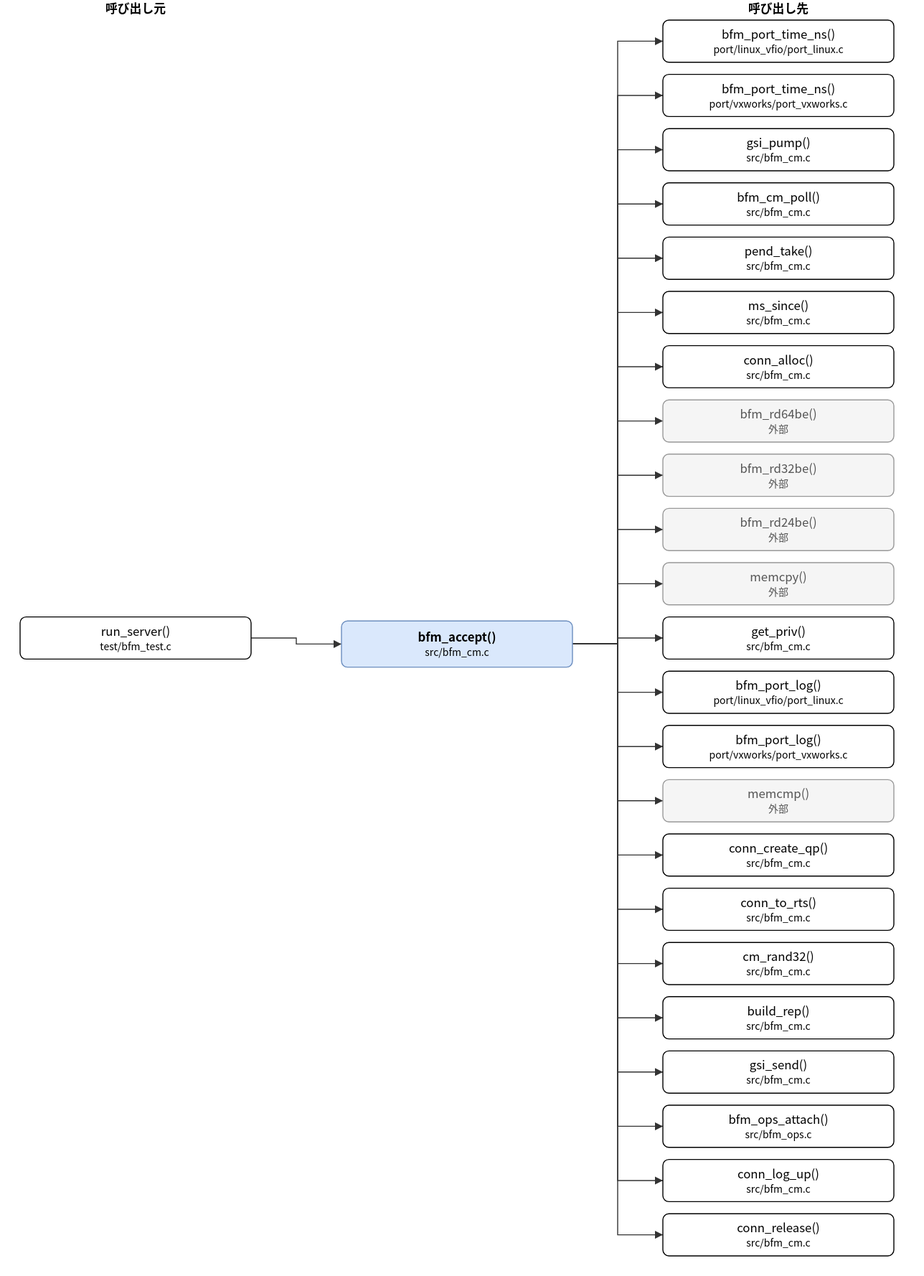
Earlier version of the draw.io export doc/spec/images/call_src_bfm_cm__bfm_accept.drawio.svg (hf355051012-ai/bfmem). Source tidied: cells renumbered, new cells last; positions are measured from the earlier drawing's top-left corner, leaving out a move shared by most shapes.
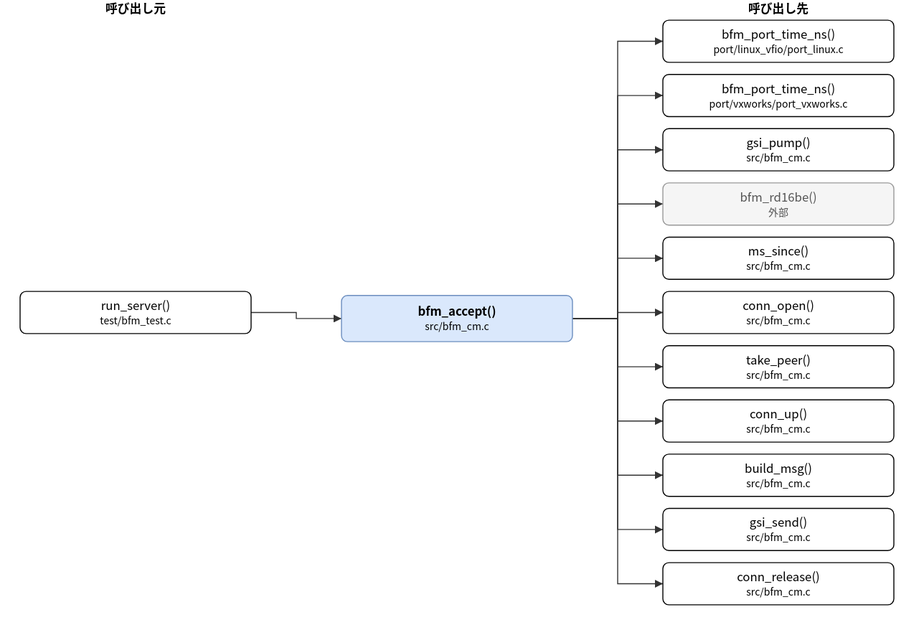
The same diagram one commit later.

Diff of the diagram source:
```diff
@@ -3,10 +3,10 @@
     <mxCell id="0" />
     <mxCell id="1" parent="0" />
     <mxCell id="2" value="bfm_accept()&lt;br&gt;&lt;font style=&quot;font-size:10px&quot;&gt;src/bfm_cm.c&lt;/font&gt;" style="rounded=1;whiteSpace=wrap;html=1;fillColor=#dae8fc;strokeColor=#6c8ebf;fontStyle=1;" parent="1" vertex="1">
-      <mxGeometry x="320" y="618" width="230" height="46" as="geometry" />
+      <mxGeometry x="320" y="294" width="230" height="46" as="geometry" />
     </mxCell>
     <mxCell id="3" value="run_server()&lt;br&gt;&lt;font style=&quot;font-size:10px&quot;&gt;test/bfm_test.c&lt;/font&gt;" style="rounded=1;whiteSpace=wrap;html=1;" parent="1" vertex="1">
-      <mxGeometry y="614" width="230" height="42" as="geometry" />
+      <mxGeometry y="290" width="230" height="42" as="geometry" />
     </mxCell>
     <mxCell id="4" value="bfm_port_time_ns()&lt;br&gt;&lt;font style=&quot;font-size:10px&quot;&gt;port/linux_vfio/port_linux.c&lt;/font&gt;" style="rounded=1;whiteSpace=wrap;html=1;" parent="1" vertex="1">
       <mxGeometry x="640" y="20" width="230" height="42" as="geometry" />
@@ -17,78 +17,42 @@
     <mxCell id="6" value="gsi_pump()&lt;br&gt;&lt;font style=&quot;font-size:10px&quot;&gt;src/bfm_cm.c&lt;/font&gt;" style="rounded=1;whiteSpace=wrap;html=1;" parent="1" vertex="1">
       <mxGeometry x="640" y="128" width="230" height="42" as="geometry" />
     </mxCell>
-    <mxCell id="7" value="bfm_cm_poll()&lt;br&gt;&lt;font style=&quot;font-size:10px&quot;&gt;src/bfm_cm.c&lt;/font&gt;" style="rounded=1;whiteSpace=wrap;html=1;" parent="1" vertex="1">
+    <mxCell id="7" value="bfm_rd16be()&lt;br&gt;&lt;font style=&quot;font-size:10px&quot;&gt;外部&lt;/font&gt;" style="rounded=1;whiteSpace=wrap;html=1;fillColor=#f5f5f5;strokeColor=#999999;fontColor=#555555;" parent="1" vertex="1">
       <mxGeometry x="640" y="182" width="230" height="42" as="geometry" />
     </mxCell>
-    <mxCell id="8" value="pend_take()&lt;br&gt;&lt;font style=&quot;font-size:10px&quot;&gt;src/bfm_cm.c&lt;/font&gt;" style="rounded=1;whiteSpace=wrap;html=1;" parent="1" vertex="1">
+    <mxCell id="8" value="ms_since()&lt;br&gt;&lt;font style=&quot;font-size:10px&quot;&gt;src/bfm_cm.c&lt;/font&gt;" style="rounded=1;whiteSpace=wrap;html=1;" parent="1" vertex="1">
       <mxGeometry x="640" y="236" width="230" height="42" as="geometry" />
     </mxCell>
-    <mxCell id="9" value="ms_since()&lt;br&gt;&lt;font style=&quot;font-size:10px&quot;&gt;src/bfm_cm.c&lt;/font&gt;" style="rounded=1;whiteSpace=wrap;html=1;" parent="1" vertex="1">
+    <mxCell id="9" value="conn_open()&lt;br&gt;&lt;font style=&quot;font-size:10px&quot;&gt;src/bfm_cm.c&lt;/font&gt;" style="rounded=1;whiteSpace=wrap;html=1;" parent="1" vertex="1">
       <mxGeometry x="640" y="290" width="230" height="42" as="geometry" />
     </mxCell>
-    <mxCell id="10" value="conn_alloc()&lt;br&gt;&lt;font style=&quot;font-size:10px&quot;&gt;src/bfm_cm.c&lt;/font&gt;" style="rounded=1;whiteSpace=wrap;html=1;" parent="1" vertex="1">
+    <mxCell id="10" value="take_peer()&lt;br&gt;&lt;font style=&quot;font-size:10px&quot;&gt;src/bfm_cm.c&lt;/font&gt;" style="rounded=1;whiteSpace=wrap;html=1;" parent="1" vertex="1">
       <mxGeometry x="640" y="344" width="230" height="42" as="geometry" />
     </mxCell>
-    <mxCell id="11" value="bfm_rd64be()&lt;br&gt;&lt;font style=&quot;font-size:10px&quot;&gt;外部&lt;/font&gt;" style="rounded=1;whiteSpace=wrap;html=1;fillColor=#f5f5f5;strokeColor=#999999;fontColor=#555555;" parent="1" vertex="1">
+    <mxCell id="11" value="conn_up()&lt;br&gt;&lt;font style=&quot;font-size:10px&quot;&gt;src/bfm_cm.c&lt;/font&gt;" style="rounded=1;whiteSpace=wrap;html=1;" parent="1" vertex="1">
       <mxGeometry x="640" y="398" width="230" height="42" as="geometry" />
     </mxCell>
-    <mxCell id="12" value="bfm_rd32be()&lt;br&gt;&lt;font style=&quot;font-size:10px&quot;&gt;外部&lt;/font&gt;" style="rounded=1;whiteSpace=wrap;html=1;fillColor=#f5f5f5;strokeColor=#999999;fontColor=#555555;" parent="1" vertex="1">
+    <mxCell id="12" value="build_msg()&lt;br&gt;&lt;font style=&quot;font-size:10px&quot;&gt;src/bfm_cm.c&lt;/font&gt;" style="rounded=1;whiteSpace=wrap;html=1;" parent="1" vertex="1">
       <mxGeometry x="640" y="452" width="230" height="42" as="geometry" />
     </mxCell>
-    <mxCell id="13" value="bfm_rd24be()&lt;br&gt;&lt;font style=&quot;font-size:10px&quot;&gt;外部&lt;/font&gt;" style="rounded=1;whiteSpace=wrap;html=1;fillColor=#f5f5f5;strokeColor=#999999;fontColor=#555555;" parent="1" vertex="1">
+    <mxCell id="13" value="gsi_send()&lt;br&gt;&lt;font style=&quot;font-size:10px&quot;&gt;src/bfm_cm.c&lt;/font&gt;" style="rounded=1;whiteSpace=wrap;html=1;" parent="1" vertex="1">
       <mxGeometry x="640" y="506" width="230" height="42" as="geometry" />
     </mxCell>
-    <mxCell id="14" value="memcpy()&lt;br&gt;&lt;font style=&quot;font-size:10px&quot;&gt;外部&lt;/font&gt;" style="rounded=1;whiteSpace=wrap;html=1;fillColor=#f5f5f5;strokeColor=#999999;fontColor=#555555;" parent="1" vertex="1">
+    <mxCell id="14" value="conn_release()&lt;br&gt;&lt;font style=&quot;font-size:10px&quot;&gt;src/bfm_cm.c&lt;/font&gt;" style="rounded=1;whiteSpace=wrap;html=1;" parent="1" vertex="1">
       <mxGeometry x="640" y="560" width="230" height="42" as="geometry" />
     </mxCell>
-    <mxCell id="15" value="get_priv()&lt;br&gt;&lt;font style=&quot;font-size:10px&quot;&gt;src/bfm_cm.c&lt;/font&gt;" style="rounded=1;whiteSpace=wrap;html=1;" parent="1" vertex="1">
-      <mxGeometry x="640" y="614" width="230" height="42" as="geometry" />
-    </mxCell>
-    <mxCell id="16" value="bfm_port_log()&lt;br&gt;&lt;font style=&quot;font-size:10px&quot;&gt;port/linux_vfio/port_linux.c&lt;/font&gt;" style="rounded=1;whiteSpace=wrap;html=1;" parent="1" vertex="1">
-      <mxGeometry x="640" y="668" width="230" height="42" as="geometry" />
-    </mxCell>
-    <mxCell id="17" value="bfm_port_log()&lt;br&gt;&lt;font style=&quot;font-size:10px&quot;&gt;port/vxworks/port_vxworks.c&lt;/font&gt;" style="rounded=1;whiteSpace=wrap;html=1;" parent="1" vertex="1">
-      <mxGeometry x="640" y="722" width="230" height="42" as="geometry" />
-    </mxCell>
-    <mxCell id="18" value="memcmp()&lt;br&gt;&lt;font style=&quot;font-size:10px&quot;&gt;外部&lt;/font&gt;" style="rounded=1;whiteSpace=wrap;html=1;fillColor=#f5f5f5;strokeColor=#999999;fontColor=#555555;" parent="1" vertex="1">
-      <mxGeometry x="640" y="776" width="230" height="42" as="geometry" />
-    </mxCell>
-    <mxCell id="19" value="conn_create_qp()&lt;br&gt;&lt;font style=&quot;font-size:10px&quot;&gt;src/bfm_cm.c&lt;/font&gt;" style="rounded=1;whiteSpace=wrap;html=1;" parent="1" vertex="1">
-      <mxGeometry x="640" y="830" width="230" height="42" as="geometry" />
-    </mxCell>
-    <mxCell id="20" value="conn_to_rts()&lt;br&gt;&lt;font style=&quot;font-size:10px&quot;&gt;src/bfm_cm.c&lt;/font&gt;" style="rounded=1;whiteSpace=wrap;html=1;" parent="1" vertex="1">
-      <mxGeometry x="640" y="884" width="230" height="42" as="geometry" />
-    </mxCell>
-    <mxCell id="21" value="cm_rand32()&lt;br&gt;&lt;font style=&quot;font-size:10px&quot;&gt;src/bfm_cm.c&lt;/font&gt;" style="rounded=1;whiteSpace=wrap;html=1;" parent="1" vertex="1">
-      <mxGeometry x="640" y="938" width="230" height="42" as="geometry" />
-    </mxCell>
-    <mxCell id="22" value="build_rep()&lt;br&gt;&lt;font style=&quot;font-size:10px&quot;&gt;src/bfm_cm.c&lt;/font&gt;" style="rounded=1;whiteSpace=wrap;html=1;" parent="1" vertex="1">
-      <mxGeometry x="640" y="992" width="230" height="42" as="geometry" />
-    </mxCell>
-    <mxCell id="23" value="gsi_send()&lt;br&gt;&lt;font style=&quot;font-size:10px&quot;&gt;src/bfm_cm.c&lt;/font&gt;" style="rounded=1;whiteSpace=wrap;html=1;" parent="1" vertex="1">
-      <mxGeometry x="640" y="1046" width="230" height="42" as="geometry" />
-    </mxCell>
-    <mxCell id="24" value="bfm_ops_attach()&lt;br&gt;&lt;font style=&quot;font-size:10px&quot;&gt;src/bfm_ops.c&lt;/font&gt;" style="rounded=1;whiteSpace=wrap;html=1;" parent="1" vertex="1">
-      <mxGeometry x="640" y="1100" width="230" height="42" as="geometry" />
-    </mxCell>
-    <mxCell id="25" value="conn_log_up()&lt;br&gt;&lt;font style=&quot;font-size:10px&quot;&gt;src/bfm_cm.c&lt;/font&gt;" style="rounded=1;whiteSpace=wrap;html=1;" parent="1" vertex="1">
-      <mxGeometry x="640" y="1154" width="230" height="42" as="geometry" />
-    </mxCell>
-    <mxCell id="26" value="conn_release()&lt;br&gt;&lt;font style=&quot;font-size:10px&quot;&gt;src/bfm_cm.c&lt;/font&gt;" style="rounded=1;whiteSpace=wrap;html=1;" parent="1" vertex="1">
-      <mxGeometry x="640" y="1208" width="230" height="42" as="geometry" />
-    </mxCell>
     <mxCell id="27" style="edgeStyle=none;html=1;rounded=0;endArrow=block;endFill=1;exitX=1.0000;exitY=0.5000;exitDx=0;exitDy=0;exitPerimeter=0;entryX=0.0000;entryY=0.5000;entryDx=0;entryDy=0;entryPerimeter=0;" parent="1" edge="1" source="3" target="2">
       <mxGeometry relative="1" as="geometry">
         <Array as="points">
-          <mxPoint x="275" y="635" />
-          <mxPoint x="275" y="641" />
+          <mxPoint x="275" y="311" />
+          <mxPoint x="275" y="317" />
         </Array>
       </mxGeometry>
     </mxCell>
     <mxCell id="28" style="edgeStyle=none;html=1;rounded=0;endArrow=block;endFill=1;exitX=1.0000;exitY=0.5000;exitDx=0;exitDy=0;exitPerimeter=0;entryX=0.0000;entryY=0.5000;entryDx=0;entryDy=0;entryPerimeter=0;" parent="1" edge="1" source="2" target="4">
       <mxGeometry relative="1" as="geometry">
         <Array as="points">
-          <mxPoint x="595" y="641" />
+          <mxPoint x="595" y="317" />
           <mxPoint x="595" y="41" />
         </Array>
       </mxGeometry>
@@ -96,7 +60,7 @@
     <mxCell id="29" style="edgeStyle=none;html=1;rounded=0;endArrow=block;endFill=1;exitX=1.0000;exitY=0.5000;exitDx=0;exitDy=0;exitPerimeter=0;entryX=0.0000;entryY=0.5000;entryDx=0;entryDy=0;entryPerimeter=0;" parent="1" edge="1" source="2" target="5">
       <mxGeometry relative="1" as="geometry">
         <Array as="points">
-          <mxPoint x="595" y="641" />
+          <mxPoint x="595" y="317" />
           <mxPoint x="595" y="95" />
         </Array>
       </mxGeometry>
@@ -104,7 +68,7 @@
     <mxCell id="30" style="edgeStyle=none;html=1;rounded=0;endArrow=block;endFill=1;exitX=1.0000;exitY=0.5000;exitDx=0;exitDy=0;exitPerimeter=0;entryX=0.0000;entryY=0.5000;entryDx=0;entryDy=0;entryPerimeter=0;" parent="1" edge="1" source="2" target="6">
       <mxGeometry relative="1" as="geometry">
         <Array as="points">
-          <mxPoint x="595" y="641" />
+          <mxPoint x="595" y="317" />
           <mxPoint x="595" y="149" />
         </Array>
       </mxGeometry>
@@ -112,7 +76,7 @@
     <mxCell id="31" style="edgeStyle=none;html=1;rounded=0;endArrow=block;endFill=1;exitX=1.0000;exitY=0.5000;exitDx=0;exitDy=0;exitPerimeter=0;entryX=0.0000;entryY=0.5000;entryDx=0;entryDy=0;entryPerimeter=0;" parent="1" edge="1" source="2" target="7">
       <mxGeometry relative="1" as="geometry">
         <Array as="points">
-          <mxPoint x="595" y="641" />
+          <mxPoint x="595" y="317" />
           <mxPoint x="595" y="203" />
         </Array>
       </mxGeometry>
@@ -120,7 +84,7 @@
     <mxCell id="32" style="edgeStyle=none;html=1;rounded=0;endArrow=block;endFill=1;exitX=1.0000;exitY=0.5000;exitDx=0;exitDy=0;exitPerimeter=0;entryX=0.0000;entryY=0.5000;entryDx=0;entryDy=0;entryPerimeter=0;" parent="1" edge="1" source="2" target="8">
       <mxGeometry relative="1" as="geometry">
         <Array as="points">
-          <mxPoint x="595" y="641" />
+          <mxPoint x="595" y="317" />
           <mxPoint x="595" y="257" />
         </Array>
       </mxGeometry>
@@ -128,7 +92,7 @@
     <mxCell id="33" style="edgeStyle=none;html=1;rounded=0;endArrow=block;endFill=1;exitX=1.0000;exitY=0.5000;exitDx=0;exitDy=0;exitPerimeter=0;entryX=0.0000;entryY=0.5000;entryDx=0;entryDy=0;entryPerimeter=0;" parent="1" edge="1" source="2" target="9">
       <mxGeometry relative="1" as="geometry">
         <Array as="points">
-          <mxPoint x="595" y="641" />
+          <mxPoint x="595" y="317" />
           <mxPoint x="595" y="311" />
         </Array>
       </mxGeometry>
@@ -136,7 +100,7 @@
     <mxCell id="34" style="edgeStyle=none;html=1;rounded=0;endArrow=block;endFill=1;exitX=1.0000;exitY=0.5000;exitDx=0;exitDy=0;exitPerimeter=0;entryX=0.0000;entryY=0.5000;entryDx=0;entryDy=0;entryPerimeter=0;" parent="1" edge="1" source="2" target="10">
       <mxGeometry relative="1" as="geometry">
         <Array as="points">
-          <mxPoint x="595" y="641" />
+          <mxPoint x="595" y="317" />
           <mxPoint x="595" y="365" />
         </Array>
       </mxGeometry>
@@ -144,7 +108,7 @@
     <mxCell id="35" style="edgeStyle=none;html=1;rounded=0;endArrow=block;endFill=1;exitX=1.0000;exitY=0.5000;exitDx=0;exitDy=0;exitPerimeter=0;entryX=0.0000;entryY=0.5000;entryDx=0;entryDy=0;entryPerimeter=0;" parent="1" edge="1" source="2" target="11">
       <mxGeometry relative="1" as="geometry">
         <Array as="points">
-          <mxPoint x="595" y="641" />
+          <mxPoint x="595" y="317" />
           <mxPoint x="595" y="419" />
         </Array>
       </mxGeometry>
@@ -152,7 +116,7 @@
     <mxCell id="36" style="edgeStyle=none;html=1;rounded=0;endArrow=block;endFill=1;exitX=1.0000;exitY=0.5000;exitDx=0;exitDy=0;exitPerimeter=0;entryX=0.0000;entryY=0.5000;entryDx=0;entryDy=0;entryPerimeter=0;" parent="1" edge="1" source="2" target="12">
       <mxGeometry relative="1" as="geometry">
         <Array as="points">
-          <mxPoint x="595" y="641" />
+          <mxPoint x="595" y="317" />
           <mxPoint x="595" y="473" />
         </Array>
       </mxGeometry>
@@ -160,7 +124,7 @@
     <mxCell id="37" style="edgeStyle=none;html=1;rounded=0;endArrow=block;endFill=1;exitX=1.0000;exitY=0.5000;exitDx=0;exitDy=0;exitPerimeter=0;entryX=0.0000;entryY=0.5000;entryDx=0;entryDy=0;entryPerimeter=0;" parent="1" edge="1" source="2" target="13">
       <mxGeometry relative="1" as="geometry">
         <Array as="points">
-          <mxPoint x="595" y="641" />
+          <mxPoint x="595" y="317" />
           <mxPoint x="595" y="527" />
         </Array>
       </mxGeometry>
@@ -168,107 +132,11 @@
     <mxCell id="38" style="edgeStyle=none;html=1;rounded=0;endArrow=block;endFill=1;exitX=1.0000;exitY=0.5000;exitDx=0;exitDy=0;exitPerimeter=0;entryX=0.0000;entryY=0.5000;entryDx=0;entryDy=0;entryPerimeter=0;" parent="1" edge="1" source="2" target="14">
       <mxGeometry relative="1" as="geometry">
         <Array as="points">
-          <mxPoint x="595" y="641" />
+          <mxPoint x="595" y="317" />
           <mxPoint x="595" y="581" />
         </Array>
       </mxGeometry>
     </mxCell>
-    <mxCell id="39" style="edgeStyle=none;html=1;rounded=0;endArrow=block;endFill=1;exitX=1.0000;exitY=0.5000;exitDx=0;exitDy=0;exitPerimeter=0;entryX=0.0000;entryY=0.5000;entryDx=0;entryDy=0;entryPerimeter=0;" parent="1" edge="1" source="2" target="15">
-      <mxGeometry relative="1" as="geometry">
-        <Array as="points">
-          <mxPoint x="595" y="641" />
-          <mxPoint x="595" y="635" />
-        </Array>
-      </mxGeometry>
-    </mxCell>
-    <mxCell id="40" style="edgeStyle=none;html=1;rounded=0;endArrow=block;endFill=1;exitX=1.0000;exitY=0.5000;exitDx=0;exitDy=0;exitPerimeter=0;entryX=0.0000;entryY=0.5000;entryDx=0;entryDy=0;entryPerimeter=0;" parent="1" edge="1" source="2" target="16">
-      <mxGeometry relative="1" as="geometry">
-        <Array as="points">
-          <mxPoint x="595" y="641" />
-          <mxPoint x="595" y="689" />
-        </Array>
-      </mxGeometry>
-    </mxCell>
-    <mxCell id="41" style="edgeStyle=none;html=1;rounded=0;endArrow=block;endFill=1;exitX=1.0000;exitY=0.5000;exitDx=0;exitDy=0;exitPerimeter=0;entryX=0.0000;entryY=0.5000;entryDx=0;entryDy=0;entryPerimeter=0;" parent="1" edge="1" source="2" target="17">
-      <mxGeometry relative="1" as="geometry">
-        <Array as="points">
-          <mxPoint x="595" y="641" />
-          <mxPoint x="595" y="743" />
-        </Array>
-      </mxGeometry>
-    </mxCell>
-    <mxCell id="42" style="edgeStyle=none;html=1;rounded=0;endArrow=block;endFill=1;exitX=1.0000;exitY=0.5000;exitDx=0;exitDy=0;exitPerimeter=0;entryX=0.0000;entryY=0.5000;entryDx=0;entryDy=0;entryPerimeter=0;" parent="1" edge="1" source="2" target="18">
-      <mxGeometry relative="1" as="geometry">
-        <Array as="points">
-          <mxPoint x="595" y="641" />
-          <mxPoint x="595" y="797" />
-        </Array>
-      </mxGeometry>
-    </mxCell>
-    <mxCell id="43" style="edgeStyle=none;html=1;rounded=0;endArrow=block;endFill=1;exitX=1.0000;exitY=0.5000;exitDx=0;exitDy=0;exitPerimeter=0;entryX=0.0000;entryY=0.5000;entryDx=0;entryDy=0;entryPerimeter=0;" parent="1" edge="1" source="2" target="19">
-      <mxGeometry relative="1" as="geometry">
-        <Array as="points">
-          <mxPoint x="595" y="641" />
-          <mxPoint x="595" y="851" />
-        </Array>
-      </mxGeometry>
-    </mxCell>
-    <mxCell id="44" style="edgeStyle=none;html=1;rounded=0;endArrow=block;endFill=1;exitX=1.0000;exitY=0.5000;exitDx=0;exitDy=0;exitPerimeter=0;entryX=0.0000;entryY=0.5000;entryDx=0;entryDy=0;entryPerimeter=0;" parent="1" edge="1" source="2" target="20">
-      <mxGeometry relative="1" as="geometry">
-        <Array as="points">
-          <mxPoint x="595" y="641" />
-          <mxPoint x="595" y="905" />
-        </Array>
-      </mxGeometry>
-    </mxCell>
-    <mxCell id="45" style="edgeStyle=none;html=1;rounded=0;endArrow=block;endFill=1;exitX=1.0000;exitY=0.5000;exitDx=0;exitDy=0;exitPerimeter=0;entryX=0.0000;entryY=0.5000;entryDx=0;entryDy=0;entryPerimeter=0;" parent="1" edge="1" source="2" target="21">
-      <mxGeometry relative="1" as="geometry">
-        <Array as="points">
-          <mxPoint x="595" y="641" />
-          <mxPoint x="595" y="959" />
-        </Array>
-      </mxGeometry>
-    </mxCell>
-    <mxCell id="46" style="edgeStyle=none;html=1;rounded=0;endArrow=block;endFill=1;exitX=1.0000;exitY=0.5000;exitDx=0;exitDy=0;exitPerimeter=0;entryX=0.0000;entryY=0.5000;entryDx=0;entryDy=0;entryPerimeter=0;" parent="1" edge="1" source="2" target="22">
-      <mxGeometry relative="1" as="geometry">
-        <Array as="points">
-          <mxPoint x="595" y="641" />
-          <mxPoint x="595" y="1013" />
-        </Array>
-      </mxGeometry>
-    </mxCell>
-    <mxCell id="47" style="edgeStyle=none;html=1;rounded=0;endArrow=block;endFill=1;exitX=1.0000;exitY=0.5000;exitDx=0;exitDy=0;exitPerimeter=0;entryX=0.0000;entryY=0.5000;entryDx=0;entryDy=0;entryPerimeter=0;" parent="1" edge="1" source="2" target="23">
-      <mxGeometry relative="1" as="geometry">
-        <Array as="points">
-          <mxPoint x="595" y="641" />
-          <mxPoint x="595" y="1067" />
-        </Array>
-      </mxGeometry>
-    </mxCell>
-    <mxCell id="48" style="edgeStyle=none;html=1;rounded=0;endArrow=block;endFill=1;exitX=1.0000;exitY=0.5000;exitDx=0;exitDy=0;exitPerimeter=0;entryX=0.0000;entryY=0.5000;entryDx=0;entryDy=0;entryPerimeter=0;" parent="1" edge="1" source="2" target="24">
-      <mxGeometry relative="1" as="geometry">
-        <Array as="points">
-          <mxPoint x="595" y="641" />
-          <mxPoint x="595" y="1121" />
-        </Array>
-      </mxGeometry>
-    </mxCell>
-    <mxCell id="49" style="edgeStyle=none;html=1;rounded=0;endArrow=block;endFill=1;exitX=1.0000;exitY=0.5000;exitDx=0;exitDy=0;exitPerimeter=0;entryX=0.0000;entryY=0.5000;entryDx=0;entryDy=0;entryPerimeter=0;" parent="1" edge="1" source="2" target="25">
-      <mxGeometry relative="1" as="geometry">
-        <Array as="points">
-          <mxPoint x="595" y="641" />
-          <mxPoint x="595" y="1175" />
-        </Array>
-      </mxGeometry>
-    </mxCell>
-    <mxCell id="50" style="edgeStyle=none;html=1;rounded=0;endArrow=block;endFill=1;exitX=1.0000;exitY=0.5000;exitDx=0;exitDy=0;exitPerimeter=0;entryX=0.0000;entryY=0.5000;entryDx=0;entryDy=0;entryPerimeter=0;" parent="1" edge="1" source="2" target="26">
-      <mxGeometry relative="1" as="geometry">
-        <Array as="points">
-          <mxPoint x="595" y="641" />
-          <mxPoint x="595" y="1229" />
-        </Array>
-      </mxGeometry>
-    </mxCell>
     <mxCell id="51" value="呼び出し元" style="text;html=1;align=center;fontStyle=1;" parent="1" vertex="1">
       <mxGeometry x="35" width="160" height="18" as="geometry" />
     </mxCell>
```
